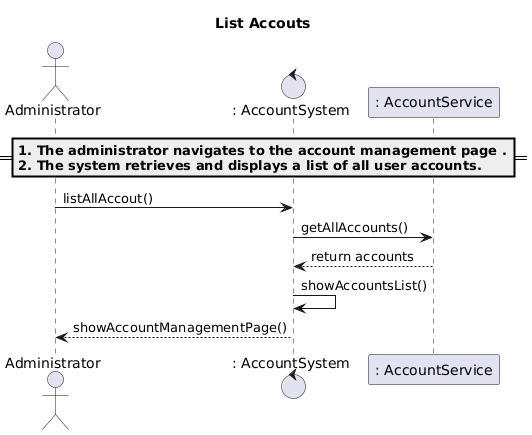
Before: 02-analysis/usecases/images/05-list-accounts.png, a diagram exported from PlantUML (mrle0429/Event-Management-System).
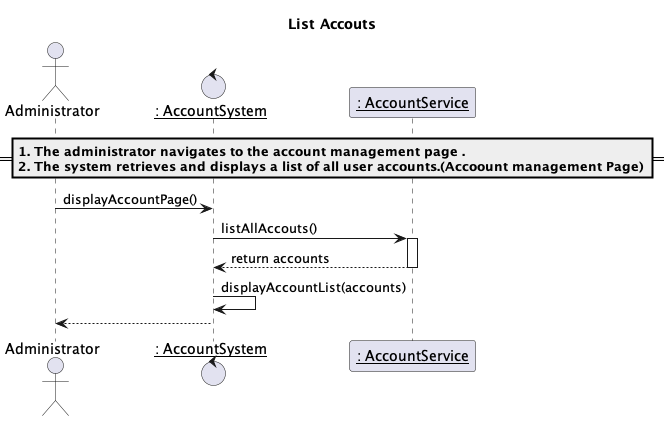
Above is the later version.

Diff of the diagram source:
```diff
@@ -2,16 +2,17 @@
 title List Accouts
 
 actor "Administrator" as admin
-control ": AccountSystem" as accountSys
-participant ": AccountService" as accounySer
+control "__: AccountSystem__" as accountSys
+participant "__: AccountService__" as accounySer
 
-== 1. The administrator navigates to the account management page .\n2. The system retrieves and displays a list of all user accounts.==
-admin -> accountSys: listAllAccout()
+== 1. The administrator navigates to the account management page .\n2. The system retrieves and displays a list of all user accounts.(Accoount management Page)==
+admin -> accountSys: displayAccountPage()
 
-accountSys -> accounySer: getAllAccounts()
+accountSys -> accounySer: listAllAccouts()
+activate accounySer
 accounySer --> accountSys: return accounts
+deactivate accounySer
+accountSys -> accountSys: displayAccountList(accounts)
 
-accountSys -> accountSys: showAccountsList()
-
-accountSys --> admin: showAccountManagementPage()
+accountSys --> admin:
 @enduml
```
